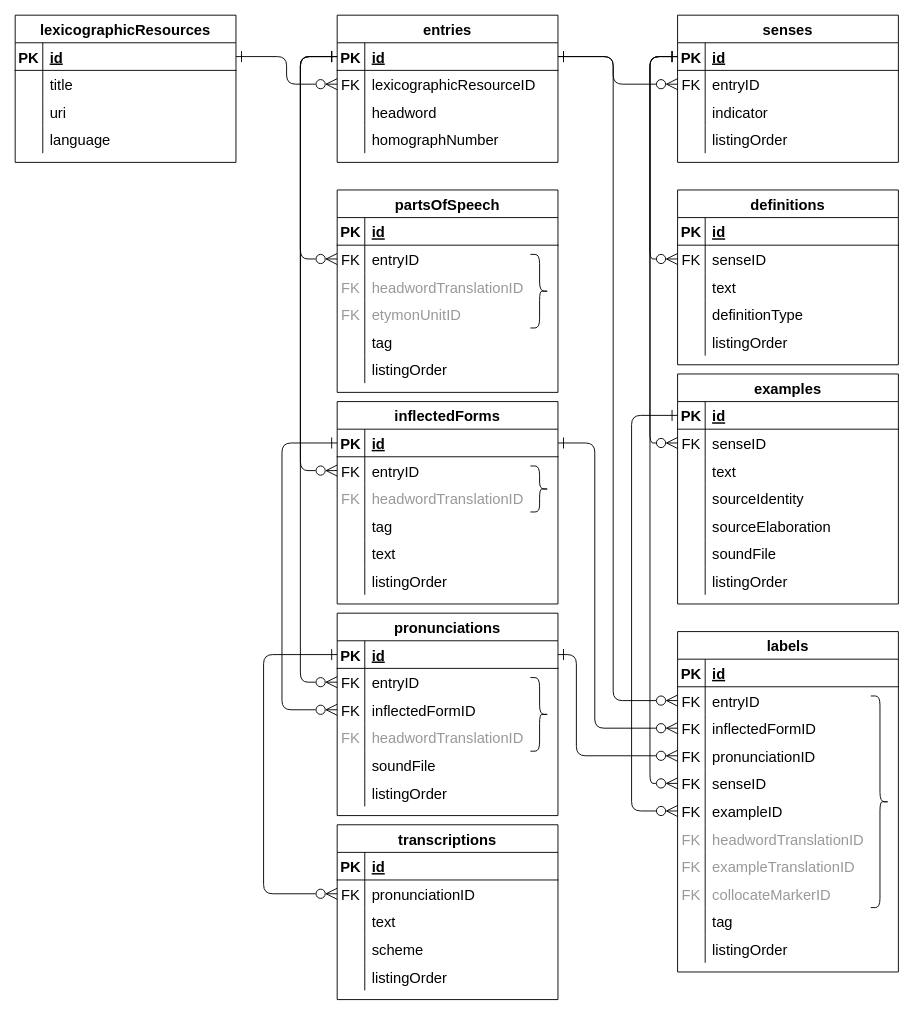
oasis-tcs/lexidma keeps this draw.io diagram as dmlex-v1.0/specification/serializations/RDB/databaseDiagrams/core.drawio. Above is the earlier version. Source tidied: cells renumbered, new cells numbered last; positions are measured from the earlier drawing's top-left corner, leaving out a move shared by most shapes. Both pictures are drawn from the tidied source at 92%, with x=0, y=0 at pixel (15, 15).
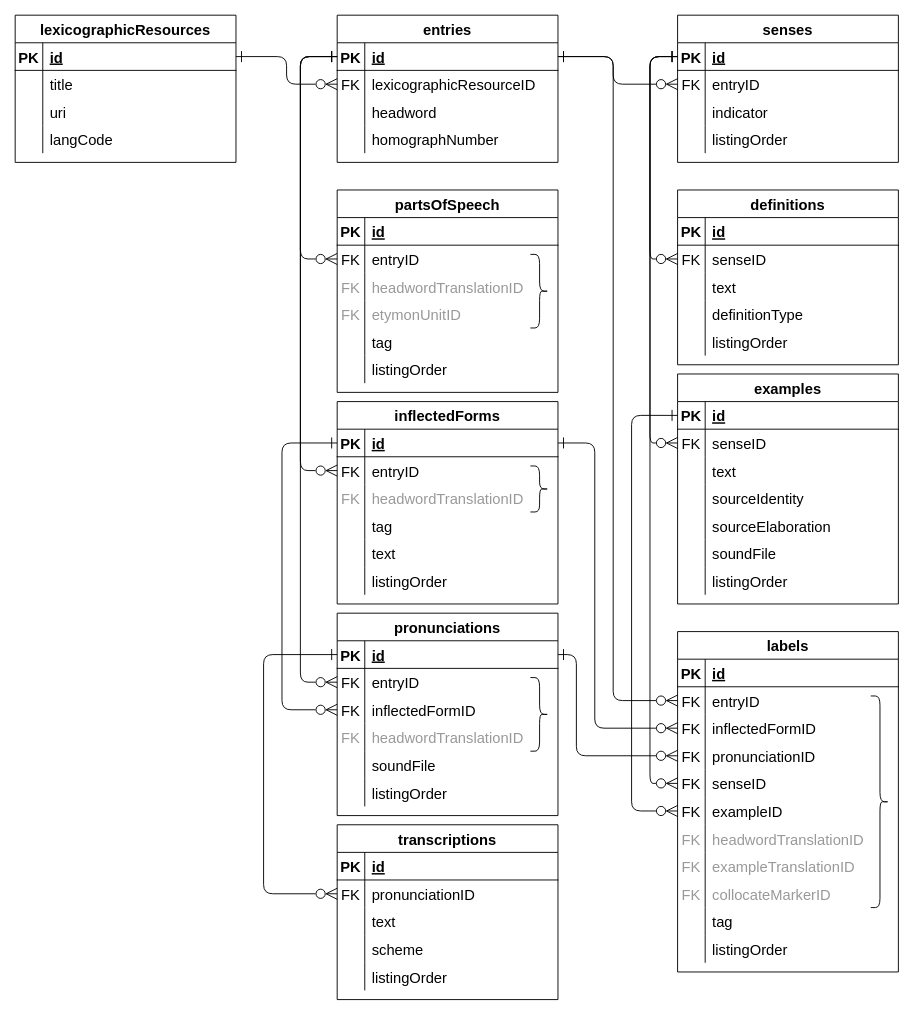
The same diagram, later.

The change refers to these unchanged cells:
```xml
<mxCell id="12" style="shape=tableRow;horizontal=0;startSize=0;swimlaneHead=0;swimlaneBody=0;fillColor=none;top=0;left=0;right=0;bottom=0;fontSize=16;" parent="2" vertex="1">
  <mxGeometry y="120" width="240" height="30" as="geometry" />
</mxCell>
```

The edit, as a diff of the source:
```diff
@@
-    <mxCell id="14" value="language" style="shape=partialRectangle;fillColor=none;top=0;left=0;bottom=0;right=0;align=left;spacingLeft=6;overflow=hidden;fontSize=16;" parent="12" vertex="1">
+    <mxCell id="14" value="langCode" style="shape=partialRectangle;fillColor=none;top=0;left=0;bottom=0;right=0;align=left;spacingLeft=6;overflow=hidden;fontSize=16;" parent="12" vertex="1">
       <mxGeometry x="30" width="210" height="30" as="geometry" />
     </mxCell>
```
